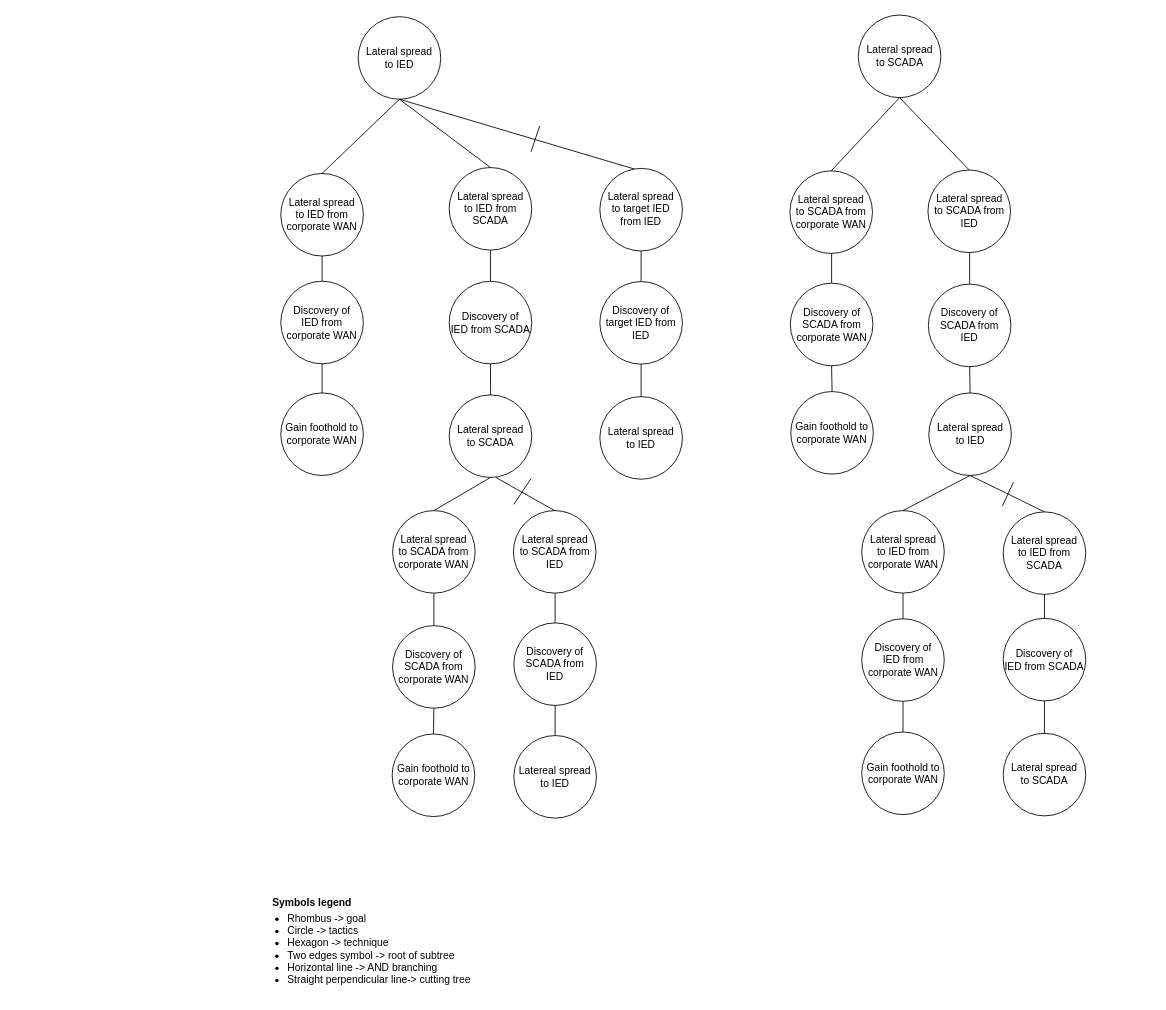
This is drawIO_trees/solution_5_helper_trees_faulty_1.drawio from mihaelM/Attack_trees, a draw.io file, before an edit. Source tidied: cells renumbered, new cells numbered last; positions are measured from the earlier drawing's top-left corner, leaving out a move shared by most shapes. Both pictures are drawn from the tidied source at 86%, with x=0, y=0 at pixel (251, 15).
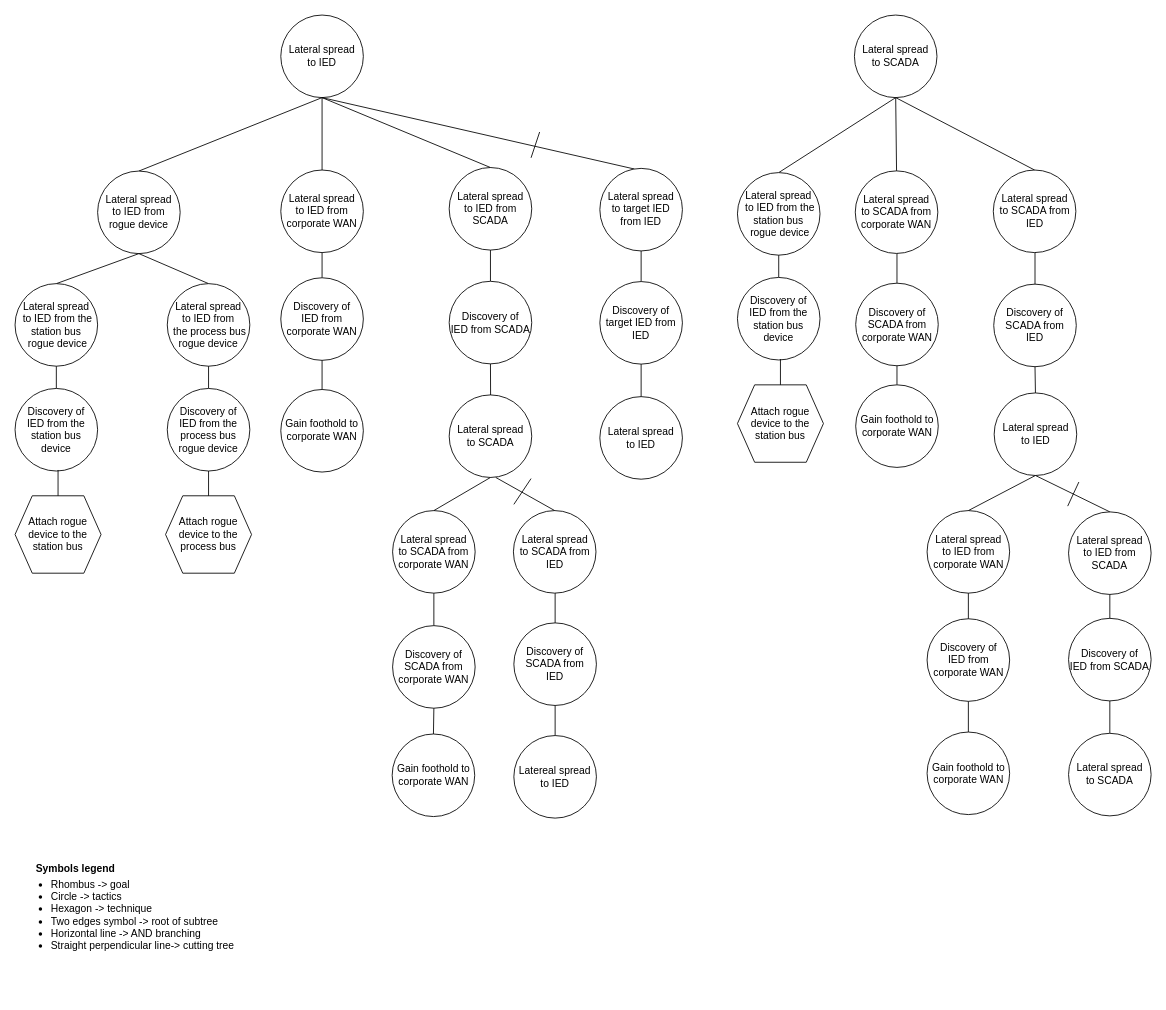
After the change.

What changed in the source:
```diff
@@
     <mxCell id="2" value="&lt;font style=&quot;font-size: 12px&quot;&gt;Symbols legend&lt;/font&gt;" style="text;strokeColor=none;fillColor=none;html=1;fontSize=24;fontStyle=1;verticalAlign=middle;align=center;" parent="1" vertex="1">
-      <mxGeometry x="20" y="1009" width="100" height="40" as="geometry" />
+      <mxGeometry x="-255" y="969" width="100" height="40" as="geometry" />
     </mxCell>
     <mxCell id="3" value="&lt;ul&gt;&lt;li&gt;&lt;span&gt;Rhombus -&amp;gt; goal&lt;/span&gt;&lt;/li&gt;&lt;li&gt;&lt;span&gt;Circle -&amp;gt; tactics&lt;/span&gt;&lt;br&gt;&lt;/li&gt;&lt;li&gt;Hexagon -&amp;gt; technique&lt;/li&gt;&lt;li&gt;Two edges symbol -&amp;gt; root of subtree&lt;/li&gt;&lt;li&gt;Horizontal line -&amp;gt; AND branching&lt;/li&gt;&lt;li&gt;Straight perpendicular line-&amp;gt; cutting tree&lt;/li&gt;&lt;/ul&gt;" style="text;strokeColor=none;fillColor=none;html=1;whiteSpace=wrap;verticalAlign=middle;overflow=hidden;fontSize=12;" parent="1" vertex="1">
-      <mxGeometry y="1029" width="260" height="110" as="geometry" />
+      <mxGeometry x="-275" y="989" width="260" height="110" as="geometry" />
     </mxCell>
@@
     <mxCell id="5" value="Lateral spread&lt;br&gt;to IED from corporate WAN" style="ellipse;whiteSpace=wrap;html=1;" parent="1" vertex="1">
-      <mxGeometry x="34" y="184.2" width="96" height="96" as="geometry" />
+      <mxGeometry x="34" y="180.2" width="96" height="96" as="geometry" />
     </mxCell>
     <mxCell id="6" value="Discovery of &lt;br&gt;IED from corporate WAN" style="ellipse;whiteSpace=wrap;html=1;" parent="1" vertex="1">
-      <mxGeometry x="34" y="309.5" width="96" height="96" as="geometry" />
+      <mxGeometry x="34" y="305.5" width="96" height="96" as="geometry" />
     </mxCell>
@@
     <mxCell id="8" value="Gain foothold to corporate WAN" style="ellipse;whiteSpace=wrap;html=1;" parent="1" vertex="1">
-      <mxGeometry x="34" y="439.4" width="96" height="96" as="geometry" />
+      <mxGeometry x="34" y="435.4" width="96" height="96" as="geometry" />
     </mxCell>
@@
     <mxCell id="10" value="Lateral spread&lt;br&gt;to IED" style="ellipse;whiteSpace=wrap;html=1;" parent="1" vertex="1">
-      <mxGeometry x="124" y="1.9" width="96" height="96" as="geometry" />
+      <mxGeometry x="34" width="96" height="96" as="geometry" />
     </mxCell>
@@
     <mxCell id="21" style="endArrow=none;html=1;rounded=0;" parent="1" edge="1" source="23">
       <mxGeometry relative="1" as="geometry">
-        <mxPoint x="674.5" y="273" as="targetPoint" />
+        <mxPoint x="750.5" y="273" as="targetPoint" />
       </mxGeometry>
     </mxCell>
     <mxCell id="22" value="Lateral spread&lt;br&gt;to SCADA from corporate WAN" style="ellipse;whiteSpace=wrap;html=1;" parent="1" vertex="1">
-      <mxGeometry x="626" y="181.2" width="96" height="96" as="geometry" />
+      <mxGeometry x="702" y="181.2" width="96" height="96" as="geometry" />
     </mxCell>
     <mxCell id="23" value="Discovery of &lt;br&gt;SCADA from corporate WAN" style="ellipse;whiteSpace=wrap;html=1;" parent="1" vertex="1">
-      <mxGeometry x="626.5" y="311.8" width="96" height="96" as="geometry" />
+      <mxGeometry x="702.5" y="311.8" width="96" height="96" as="geometry" />
     </mxCell>
@@
     <mxCell id="25" value="Gain foothold to corporate WAN" style="ellipse;whiteSpace=wrap;html=1;" parent="1" vertex="1">
-      <mxGeometry x="627" y="437.8" width="96" height="96" as="geometry" />
+      <mxGeometry x="702.5" y="430" width="96" height="96" as="geometry" />
     </mxCell>
     <mxCell id="26" value="Lateral spread&lt;br&gt;to SCADA" style="ellipse;whiteSpace=wrap;html=1;" parent="1" vertex="1">
-      <mxGeometry x="705.5" width="96" height="96" as="geometry" />
+      <mxGeometry x="701" width="96" height="96" as="geometry" />
     </mxCell>
@@
     <mxCell id="28" style="endArrow=none;html=1;rounded=0;" parent="1" edge="1" source="30">
       <mxGeometry relative="1" as="geometry">
-        <mxPoint x="835" y="255.1" as="targetPoint" />
+        <mxPoint x="911" y="255.1" as="targetPoint" />
       </mxGeometry>
     </mxCell>
     <mxCell id="29" value="Lateral spread&lt;br&gt;to SCADA from IED" style="ellipse;whiteSpace=wrap;html=1;" parent="1" vertex="1">
-      <mxGeometry x="786.5" y="180.2" width="96" height="96" as="geometry" />
+      <mxGeometry x="862.5" y="180.2" width="96" height="96" as="geometry" />
     </mxCell>
     <mxCell id="30" value="Discovery of &lt;br&gt;SCADA from &lt;br&gt;IED" style="ellipse;whiteSpace=wrap;html=1;" parent="1" vertex="1">
-      <mxGeometry x="787" y="312.9" width="96" height="96" as="geometry" />
+      <mxGeometry x="863" y="312.9" width="96" height="96" as="geometry" />
     </mxCell>
@@
     <mxCell id="33" value="Discovery of &lt;br&gt;IED from corporate WAN" style="ellipse;whiteSpace=wrap;html=1;" parent="1" vertex="1">
-      <mxGeometry x="709.5" y="702" width="96" height="96" as="geometry" />
+      <mxGeometry x="785.5" y="702" width="96" height="96" as="geometry" />
     </mxCell>
@@
     <mxCell id="35" value="Gain foothold to corporate WAN" style="ellipse;whiteSpace=wrap;html=1;" parent="1" vertex="1">
-      <mxGeometry x="709.5" y="833.7" width="96" height="96" as="geometry" />
+      <mxGeometry x="785.5" y="833.7" width="96" height="96" as="geometry" />
     </mxCell>
     <mxCell id="36" value="Lateral spread to&amp;nbsp;IED from corporate WAN" style="ellipse;whiteSpace=wrap;html=1;" parent="1" vertex="1">
-      <mxGeometry x="709.5" y="576.2" width="96" height="96" as="geometry" />
+      <mxGeometry x="785.5" y="576.2" width="96" height="96" as="geometry" />
     </mxCell>
@@
     <mxCell id="46" value="Lateral spread to&amp;nbsp;IED" style="ellipse;whiteSpace=wrap;html=1;" parent="1" vertex="1">
-      <mxGeometry x="787.5" y="439.4" width="96" height="96" as="geometry" />
+      <mxGeometry x="863.5" y="439.4" width="96" height="96" as="geometry" />
     </mxCell>
@@
     <mxCell id="48" value="Discovery of&lt;br&gt;IED from SCADA" style="ellipse;whiteSpace=wrap;html=1;" parent="1" vertex="1">
-      <mxGeometry x="874" y="701.5" width="96" height="96" as="geometry" />
+      <mxGeometry x="950" y="701.5" width="96" height="96" as="geometry" />
     </mxCell>
@@
     <mxCell id="50" value="Lateral spread&lt;br&gt;to SCADA" style="ellipse;whiteSpace=wrap;html=1;" parent="1" vertex="1">
-      <mxGeometry x="874" y="835.2" width="96" height="96" as="geometry" />
+      <mxGeometry x="950" y="835.2" width="96" height="96" as="geometry" />
     </mxCell>
     <mxCell id="51" value="Lateral spread&lt;br&gt;to IED from SCADA" style="ellipse;whiteSpace=wrap;html=1;" parent="1" vertex="1">
-      <mxGeometry x="874" y="577.7" width="96" height="96" as="geometry" />
+      <mxGeometry x="950" y="577.7" width="96" height="96" as="geometry" />
     </mxCell>
@@
     <mxCell id="61" style="endArrow=none;html=1;rounded=0;" parent="1" edge="1">
       <mxGeometry relative="1" as="geometry">
-        <mxPoint x="325" y="159" as="sourcePoint" />
-        <mxPoint x="335" y="129" as="targetPoint" />
+        <mxPoint x="325" y="166" as="sourcePoint" />
+        <mxPoint x="335" y="136" as="targetPoint" />
       </mxGeometry>
     </mxCell>
     <mxCell id="62" style="endArrow=none;html=1;rounded=0;" parent="1" edge="1">
       <mxGeometry relative="1" as="geometry">
-        <mxPoint x="873" y="571" as="sourcePoint" />
-        <mxPoint x="886" y="543" as="targetPoint" />
+        <mxPoint x="949" y="571" as="sourcePoint" />
+        <mxPoint x="962" y="543" as="targetPoint" />
       </mxGeometry>
     </mxCell>
+    <mxCell id="63" style="endArrow=none;html=1;rounded=0;entryX=0.5;entryY=0;entryDx=0;entryDy=0;exitX=0.5;exitY=1;exitDx=0;exitDy=0;" parent="1" edge="1" source="10" target="64">
+      <mxGeometry relative="1" as="geometry" />
+    </mxCell>
+    <mxCell id="64" value="Lateral spread &lt;br&gt;to IED from rogue device" style="ellipse;whiteSpace=wrap;html=1;" parent="1" vertex="1">
+      <mxGeometry x="-179" y="181.4" width="96" height="96" as="geometry" />
+    </mxCell>
+    <mxCell id="65" style="endArrow=none;html=1;rounded=0;exitX=0.5;exitY=0;exitDx=0;exitDy=0;entryX=0.5;entryY=1;entryDx=0;entryDy=0;" parent="1" edge="1" source="66" target="64">
+      <mxGeometry relative="1" as="geometry" />
+    </mxCell>
+    <mxCell id="66" value="Lateral spread&lt;br&gt;&amp;nbsp;to IED from the station bus&lt;br&gt;&amp;nbsp;rogue device" style="ellipse;whiteSpace=wrap;html=1;" parent="1" vertex="1">
+      <mxGeometry x="-275" y="312.3" width="96" height="96" as="geometry" />
+    </mxCell>
+    <mxCell id="67" style="endArrow=none;html=1;rounded=0;entryX=0.5;entryY=1;entryDx=0;entryDy=0;" parent="1" edge="1" source="68" target="66">
+      <mxGeometry relative="1" as="geometry" />
+    </mxCell>
+    <mxCell id="68" value="Discovery of &lt;br&gt;IED from the station bus device" style="ellipse;whiteSpace=wrap;html=1;" parent="1" vertex="1">
+      <mxGeometry x="-275" y="434.2" width="96" height="96" as="geometry" />
+    </mxCell>
+    <mxCell id="69" style="endArrow=none;html=1;rounded=0;exitX=0.5;exitY=0;exitDx=0;exitDy=0;entryX=0.5;entryY=1;entryDx=0;entryDy=0;" parent="1" edge="1" source="70" target="64">
+      <mxGeometry relative="1" as="geometry" />
+    </mxCell>
+    <mxCell id="70" value="Lateral spread &lt;br&gt;to IED from&lt;br&gt;&amp;nbsp;the process bus rogue device" style="ellipse;whiteSpace=wrap;html=1;" parent="1" vertex="1">
+      <mxGeometry x="-98" y="312.3" width="96" height="96" as="geometry" />
+    </mxCell>
+    <mxCell id="71" style="endArrow=none;html=1;rounded=0;entryX=0.5;entryY=1;entryDx=0;entryDy=0;" parent="1" edge="1" source="72" target="70">
+      <mxGeometry relative="1" as="geometry" />
+    </mxCell>
+    <mxCell id="72" value="Discovery of &lt;br&gt;IED from the&lt;br&gt;process bus rogue device" style="ellipse;whiteSpace=wrap;html=1;" parent="1" vertex="1">
+      <mxGeometry x="-98" y="434.2" width="96" height="96" as="geometry" />
+    </mxCell>
+    <mxCell id="73" value="Attach rogue device to the station bus" style="shape=hexagon;perimeter=hexagonPerimeter2;whiteSpace=wrap;html=1;fixedSize=1;" parent="1" vertex="1">
+      <mxGeometry x="-275" y="559" width="100" height="90" as="geometry" />
+    </mxCell>
+    <mxCell id="74" value="Attach rogue device to the process bus" style="shape=hexagon;perimeter=hexagonPerimeter2;whiteSpace=wrap;html=1;fixedSize=1;" parent="1" vertex="1">
+      <mxGeometry x="-100" y="559" width="100" height="90" as="geometry" />
+    </mxCell>
+    <mxCell id="75" style="endArrow=none;html=1;rounded=0;" parent="1" edge="1" source="73">
+      <mxGeometry relative="1" as="geometry">
+        <mxPoint x="-225" y="529" as="targetPoint" />
+      </mxGeometry>
+    </mxCell>
+    <mxCell id="76" style="endArrow=none;html=1;rounded=0;entryX=0.5;entryY=1;entryDx=0;entryDy=0;exitX=0.5;exitY=0;exitDx=0;exitDy=0;" parent="1" edge="1" source="74" target="72">
+      <mxGeometry relative="1" as="geometry" />
+    </mxCell>
+    <mxCell id="77" style="endArrow=none;html=1;rounded=0;entryX=0.5;entryY=0;entryDx=0;entryDy=0;exitX=0.5;exitY=1;exitDx=0;exitDy=0;" parent="1" edge="1" source="26" target="78">
+      <mxGeometry relative="1" as="geometry" />
+    </mxCell>
+    <mxCell id="78" value="Lateral spread&lt;br&gt;&amp;nbsp;to IED from the station bus&lt;br&gt;&amp;nbsp;rogue device" style="ellipse;whiteSpace=wrap;html=1;" parent="1" vertex="1">
+      <mxGeometry x="565" y="183.2" width="96" height="96" as="geometry" />
+    </mxCell>
+    <mxCell id="79" style="endArrow=none;html=1;rounded=0;entryX=0.5;entryY=1;entryDx=0;entryDy=0;" parent="1" edge="1" source="80" target="78">
+      <mxGeometry relative="1" as="geometry" />
+    </mxCell>
+    <mxCell id="80" value="Discovery of &lt;br&gt;IED from the station bus device" style="ellipse;whiteSpace=wrap;html=1;" parent="1" vertex="1">
+      <mxGeometry x="565" y="305.1" width="96" height="96" as="geometry" />
+    </mxCell>
+    <mxCell id="81" value="Attach rogue device to the station bus" style="shape=hexagon;perimeter=hexagonPerimeter2;whiteSpace=wrap;html=1;fixedSize=1;" parent="1" vertex="1">
+      <mxGeometry x="565" y="430" width="100" height="90" as="geometry" />
+    </mxCell>
+    <mxCell id="82" style="endArrow=none;html=1;rounded=0;" parent="1" edge="1" source="81">
+      <mxGeometry relative="1" as="geometry">
+        <mxPoint x="615" y="400" as="targetPoint" />
+      </mxGeometry>
+    </mxCell>
```
